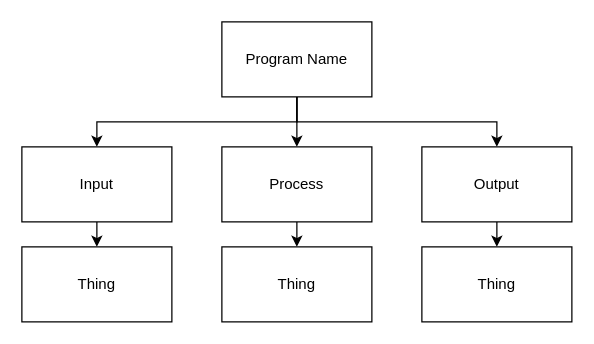
Aidan-Lalonde-Novales/ics4u-unit1-02-typescript keeps this draw.io diagram as drawio/topDownDesign.drawio. Above is the earlier version. Source tidied: cells renumbered, new cells numbered last; positions are measured from the earlier drawing's top-left corner, leaving out a move shared by most shapes. Both pictures are drawn from the tidied source at 125%, with x=0, y=0 at pixel (21, 21).
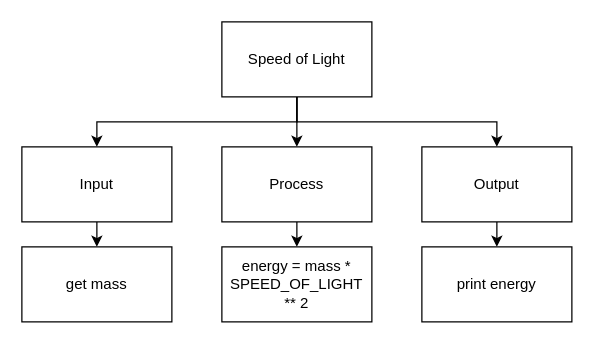
After the change.

Change to the diagram source:
```diff
@@
 <mxGraphModel>
   <root>
     <mxCell id="0" />
     <mxCell id="1" parent="0" />
     <mxCell id="2" style="edgeStyle=none;html=1;exitX=0.5;exitY=1;exitDx=0;exitDy=0;entryX=0.5;entryY=0;entryDx=0;entryDy=0;" parent="1" edge="1" source="5" target="7">
       <mxGeometry relative="1" as="geometry" />
     </mxCell>
     <mxCell id="3" style="edgeStyle=none;html=1;exitX=0.5;exitY=1;exitDx=0;exitDy=0;entryX=0.5;entryY=0;entryDx=0;entryDy=0;rounded=0;" parent="1" edge="1" source="5" target="11">
       <mxGeometry relative="1" as="geometry">
         <Array as="points">
           <mxPoint x="220" y="80" />
           <mxPoint x="60" y="80" />
         </Array>
       </mxGeometry>
     </mxCell>
     <mxCell id="4" style="edgeStyle=none;rounded=0;html=1;exitX=0.5;exitY=1;exitDx=0;exitDy=0;entryX=0.5;entryY=0;entryDx=0;entryDy=0;" parent="1" edge="1" source="5" target="9">
       <mxGeometry relative="1" as="geometry">
         <Array as="points">
           <mxPoint x="220" y="80" />
           <mxPoint x="380" y="80" />
         </Array>
       </mxGeometry>
     </mxCell>
-    <mxCell id="5" value="Program Name" style="rounded=0;whiteSpace=wrap;html=1;" parent="1" vertex="1">
+    <mxCell id="5" value="Speed of Light" style="rounded=0;whiteSpace=wrap;html=1;" parent="1" vertex="1">
       <mxGeometry x="160" width="120" height="60" as="geometry" />
     </mxCell>
-    <mxCell id="6" style="edgeStyle=none;rounded=0;html=1;exitX=0.5;exitY=1;exitDx=0;exitDy=0;entryX=0.5;entryY=0;entryDx=0;entryDy=0;" parent="1" edge="1" source="7" target="13">
-      <mxGeometry relative="1" as="geometry" />
-    </mxCell>
+    <mxCell id="15" style="edgeStyle=none;html=1;exitX=0.5;exitY=1;exitDx=0;exitDy=0;entryX=0.5;entryY=0;entryDx=0;entryDy=0;rounded=0;" parent="1" edge="1" source="7" target="16">
+      <mxGeometry relative="1" as="geometry">
+        <Array as="points">
+          <mxPoint x="220" y="180" />
+        </Array>
+      </mxGeometry>
+    </mxCell>
     <mxCell id="7" value="Process" style="rounded=0;whiteSpace=wrap;html=1;" parent="1" vertex="1">
       <mxGeometry x="160" y="100" width="120" height="60" as="geometry" />
     </mxCell>
     <mxCell id="8" style="edgeStyle=none;rounded=0;html=1;exitX=0.5;exitY=1;exitDx=0;exitDy=0;entryX=0.5;entryY=0;entryDx=0;entryDy=0;" parent="1" edge="1" source="9" target="14">
       <mxGeometry relative="1" as="geometry" />
     </mxCell>
     <mxCell id="9" value="Output" style="rounded=0;whiteSpace=wrap;html=1;" parent="1" vertex="1">
       <mxGeometry x="320" y="100" width="120" height="60" as="geometry" />
     </mxCell>
     <mxCell id="10" style="edgeStyle=none;rounded=0;html=1;exitX=0.5;exitY=1;exitDx=0;exitDy=0;entryX=0.5;entryY=0;entryDx=0;entryDy=0;" parent="1" edge="1" source="11" target="12">
       <mxGeometry relative="1" as="geometry" />
     </mxCell>
     <mxCell id="11" value="Input" style="rounded=0;whiteSpace=wrap;html=1;" parent="1" vertex="1">
       <mxGeometry y="100" width="120" height="60" as="geometry" />
     </mxCell>
-    <mxCell id="12" value="Thing" style="rounded=0;whiteSpace=wrap;html=1;" parent="1" vertex="1">
+    <mxCell id="12" value="get mass" style="rounded=0;whiteSpace=wrap;html=1;" parent="1" vertex="1">
       <mxGeometry y="180" width="120" height="60" as="geometry" />
     </mxCell>
-    <mxCell id="13" value="Thing" style="rounded=0;whiteSpace=wrap;html=1;" parent="1" vertex="1">
-      <mxGeometry x="160" y="180" width="120" height="60" as="geometry" />
-    </mxCell>
-    <mxCell id="14" value="Thing" style="rounded=0;whiteSpace=wrap;html=1;" parent="1" vertex="1">
+    <mxCell id="14" value="print energy" style="rounded=0;whiteSpace=wrap;html=1;" parent="1" vertex="1">
       <mxGeometry x="320" y="180" width="120" height="60" as="geometry" />
     </mxCell>
+    <mxCell id="16" value="energy = mass * SPEED_OF_LIGHT ** 2" style="rounded=0;whiteSpace=wrap;html=1;" parent="1" vertex="1">
+      <mxGeometry x="160" y="180" width="120" height="60" as="geometry" />
+    </mxCell>
   </root>
 </mxGraphModel>
```
